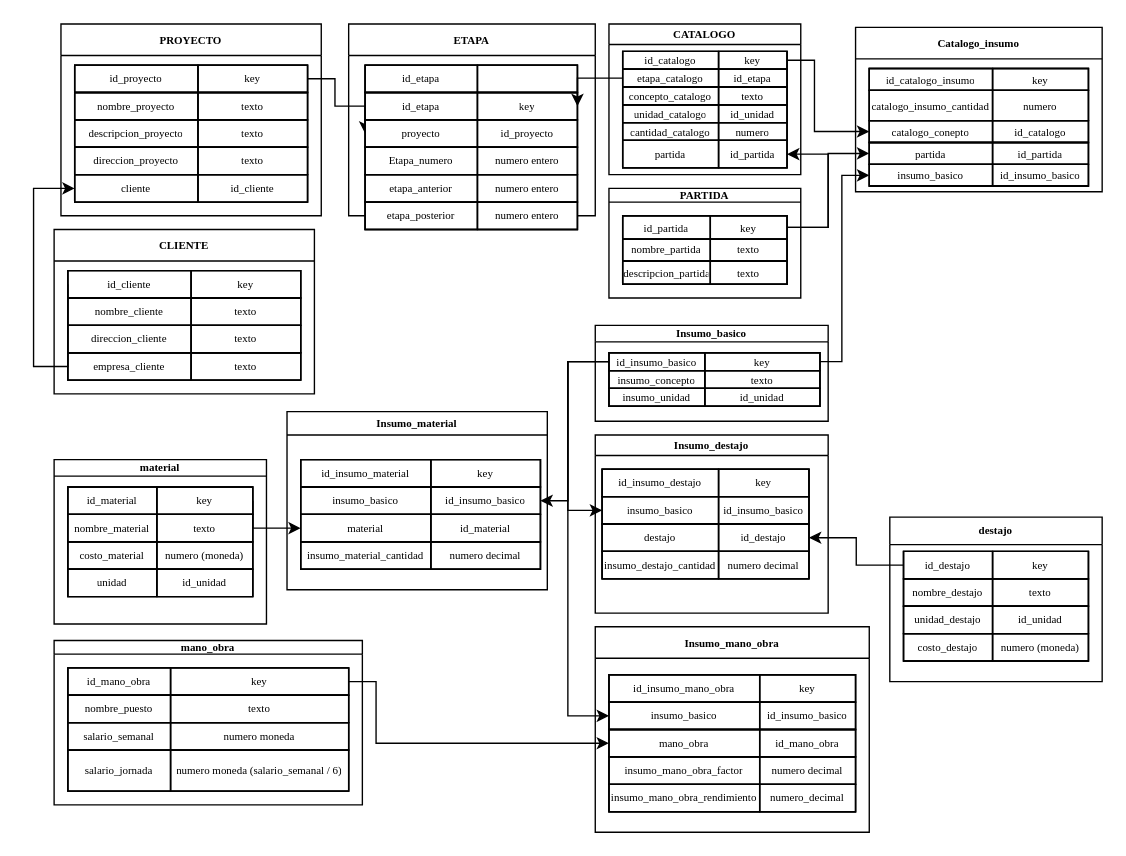
The draw.io diagram Base_datos.drawio in joserra71/AdmonObra, before the edit. Source tidied: cells renumbered, new cells numbered last; positions are measured from the earlier drawing's top-left corner, leaving out a move shared by most shapes. Both pictures are drawn from the tidied source at 137%, with x=0, y=0 at pixel (33, 23).
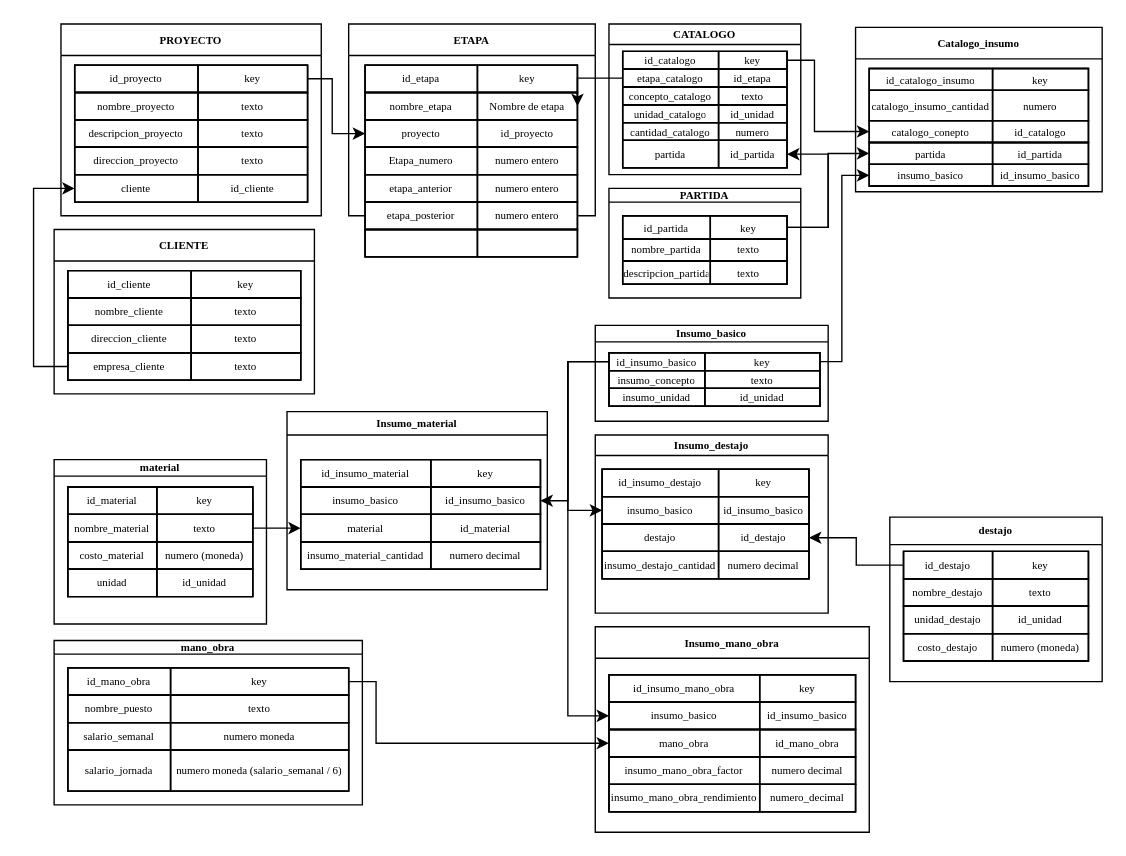
Above is the later version.

Unchanged cells that the change refers to:
```xml
<mxCell id="4" style="shape=tableRow;horizontal=0;startSize=0;swimlaneHead=0;swimlaneBody=0;strokeColor=inherit;fillColor=none;points=[[0,0.5],[1,0.5]];portConstraint=eastwest;fixedHeader=1;fontFamily=Garamond;fontSize=8;" parent="3" vertex="1">
  <mxGeometry width="170" height="20" as="geometry" />
</mxCell>
<mxCell id="178" value="ETAPA" style="swimlane;whiteSpace=wrap;html=1;fontFamily=Garamond;fontSize=8;" parent="1" vertex="1">
  <mxGeometry x="230" width="180" height="140" as="geometry" />
</mxCell>
<mxCell id="180" style="shape=tableRow;horizontal=0;startSize=0;swimlaneHead=0;swimlaneBody=0;strokeColor=inherit;fillColor=none;fixedHeader=1;fontFamily=Garamond;fontSize=8;" parent="179" vertex="1">
  <mxGeometry width="155" height="20" as="geometry" />
</mxCell>
<mxCell id="183" style="shape=tableRow;horizontal=0;startSize=0;swimlaneHead=0;swimlaneBody=0;strokeColor=inherit;fillColor=none;points=[[0,0.5],[1,0.5]];portConstraint=eastwest;fixedHeader=1;fontFamily=Garamond;fontSize=8;" parent="179" vertex="1">
  <mxGeometry y="20" width="155" height="20" as="geometry" />
</mxCell>
<mxCell id="186" style="shape=tableRow;horizontal=0;startSize=0;swimlaneHead=0;swimlaneBody=0;strokeColor=inherit;fillColor=none;points=[[0,0.5],[1,0.5]];portConstraint=eastwest;fixedHeader=1;fontFamily=Garamond;fontSize=8;" parent="179" vertex="1">
  <mxGeometry y="40" width="155" height="20" as="geometry" />
</mxCell>
```

Diff of the diagram source:
```diff
@@
-    <mxCell id="54" style="edgeStyle=orthogonalEdgeStyle;rounded=0;jettySize=auto;html=1;exitX=1;exitY=0.5;exitDx=0;exitDy=0;entryX=0;entryY=0.5;entryDx=0;entryDy=0;defaultLabelBackgroundColor=page;fontFamily=Garamond;fontSize=8;" parent="1" edge="1" source="4" target="186">
-      <mxGeometry relative="1" as="geometry">
-        <Array as="points">
-          <mxPoint x="220" y="40" />
-          <mxPoint x="220" y="60" />
-        </Array>
-      </mxGeometry>
-    </mxCell>
@@
     <mxCell id="179" style="shape=table;startSize=0;childLayout=tableLayout;fixedHeader=1;tableRender=collapsed;fontFamily=Garamond;fontSize=8;" parent="178" vertex="1">
-      <mxGeometry x="12" y="30" width="155" height="120" as="geometry" />
+      <mxGeometry x="12" y="30" width="155" height="140" as="geometry" />
     </mxCell>
@@
-    <mxCell id="182" style="shape=partialRectangle;html=1;whiteSpace=wrap;strokeColor=inherit;overflow=hidden;fillColor=none;fontFamily=Garamond;fontSize=8;" parent="180" vertex="1">
+    <mxCell id="182" value="key" style="shape=partialRectangle;html=1;whiteSpace=wrap;strokeColor=inherit;overflow=hidden;fillColor=none;fontFamily=Garamond;fontSize=8;" parent="180" vertex="1">
       <mxGeometry x="82" width="73" height="20" as="geometry" />
     </mxCell>
@@
-    <mxCell id="184" value="id_etapa" style="shape=partialRectangle;html=1;whiteSpace=wrap;strokeColor=inherit;overflow=hidden;fillColor=none;fontFamily=Garamond;fontSize=8;" parent="183" vertex="1">
+    <mxCell id="184" value="nombre_etapa" style="shape=partialRectangle;html=1;whiteSpace=wrap;strokeColor=inherit;overflow=hidden;fillColor=none;fontFamily=Garamond;fontSize=8;" parent="183" vertex="1">
       <mxGeometry width="82" height="20" as="geometry" />
     </mxCell>
-    <mxCell id="185" value="key" style="shape=partialRectangle;html=1;whiteSpace=wrap;strokeColor=inherit;overflow=hidden;fillColor=none;fontFamily=Garamond;fontSize=8;" parent="183" vertex="1">
+    <mxCell id="185" value="Nombre de etapa" style="shape=partialRectangle;html=1;whiteSpace=wrap;strokeColor=inherit;overflow=hidden;fillColor=none;fontFamily=Garamond;fontSize=8;" parent="183" vertex="1">
       <mxGeometry x="82" width="73" height="20" as="geometry" />
     </mxCell>
@@
+    <mxCell id="212" style="shape=tableRow;horizontal=0;startSize=0;swimlaneHead=0;swimlaneBody=0;strokeColor=inherit;fillColor=none;fixedHeader=1;fontFamily=Garamond;fontSize=8;" parent="179" vertex="1">
+      <mxGeometry y="120" width="155" height="20" as="geometry" />
+    </mxCell>
+    <mxCell id="213" style="shape=partialRectangle;html=1;whiteSpace=wrap;strokeColor=inherit;overflow=hidden;fillColor=none;fontFamily=Garamond;fontSize=8;" parent="212" vertex="1">
+      <mxGeometry width="82" height="20" as="geometry" />
+    </mxCell>
+    <mxCell id="214" style="shape=partialRectangle;html=1;whiteSpace=wrap;strokeColor=inherit;overflow=hidden;fillColor=none;fontFamily=Garamond;fontSize=8;" parent="212" vertex="1">
+      <mxGeometry x="82" width="73" height="20" as="geometry" />
+    </mxCell>
@@
+    <mxCell id="54" style="edgeStyle=orthogonalEdgeStyle;rounded=0;jettySize=auto;html=1;exitX=1;exitY=0.5;exitDx=0;exitDy=0;entryX=0;entryY=0.5;entryDx=0;entryDy=0;defaultLabelBackgroundColor=page;fontFamily=Garamond;fontSize=8;" parent="1" edge="1" source="4" target="186">
+      <mxGeometry relative="1" as="geometry">
+        <Array as="points">
+          <mxPoint x="218" y="40" />
+          <mxPoint x="218" y="80" />
+        </Array>
+      </mxGeometry>
+    </mxCell>
```
